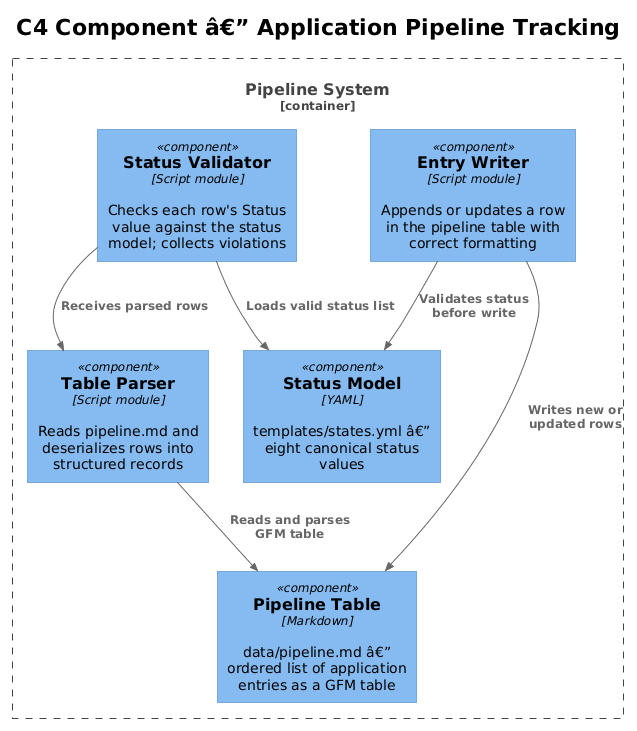
The PlantUML diagram docs/detailed-designs/03-application-pipeline-tracking/diagrams/c4_component.png in QuinntyneBrown/Orbit, before a commit. Source of this version:
```plantuml
@startuml
!theme plain
!include <C4/C4_Component>

title C4 Component â€” Application Pipeline Tracking

Container_Boundary(pipelineSys, "Pipeline System") {
    Component(pipelineTable, "Pipeline Table", "Markdown", "data/pipeline.md â€” ordered list of application entries as a GFM table")
    Component(statusModel, "Status Model", "YAML", "templates/states.yml â€” eight canonical status values")
    Component(tableParser, "Table Parser", "Script module", "Reads pipeline.md and deserializes rows into structured records")
    Component(statusValidator, "Status Validator", "Script module", "Checks each row's Status value against the status model; collects violations")
    Component(entryWriter, "Entry Writer", "Script module", "Appends or updates a row in the pipeline table with correct formatting")
}

Rel(tableParser, pipelineTable, "Reads and parses GFM table")
Rel(statusValidator, tableParser, "Receives parsed rows")
Rel(statusValidator, statusModel, "Loads valid status list")
Rel(entryWriter, pipelineTable, "Writes new or updated rows")
Rel(entryWriter, statusModel, "Validates status before write")
@enduml
```
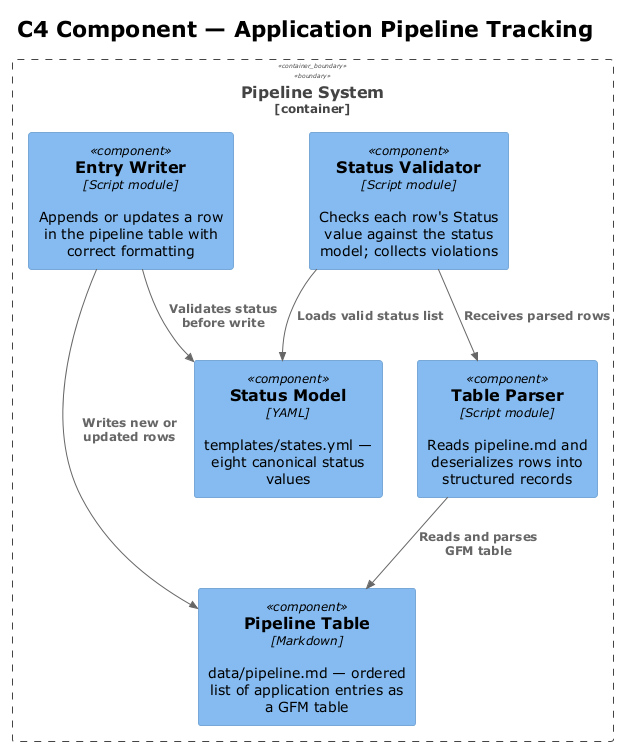
After the commit.

The edit, as a diff of the source:
```diff
@@ -1,12 +1,12 @@
-@startuml
+@startuml c4_component
 !theme plain
 !include <C4/C4_Component>
 
-title C4 Component â€” Application Pipeline Tracking
+title C4 Component — Application Pipeline Tracking
 
 Container_Boundary(pipelineSys, "Pipeline System") {
-    Component(pipelineTable, "Pipeline Table", "Markdown", "data/pipeline.md â€” ordered list of application entries as a GFM table")
-    Component(statusModel, "Status Model", "YAML", "templates/states.yml â€” eight canonical status values")
+    Component(pipelineTable, "Pipeline Table", "Markdown", "data/pipeline.md — ordered list of application entries as a GFM table")
+    Component(statusModel, "Status Model", "YAML", "templates/states.yml — eight canonical status values")
     Component(tableParser, "Table Parser", "Script module", "Reads pipeline.md and deserializes rows into structured records")
     Component(statusValidator, "Status Validator", "Script module", "Checks each row's Status value against the status model; collects violations")
     Component(entryWriter, "Entry Writer", "Script module", "Appends or updates a row in the pipeline table with correct formatting")
@@ -17,4 +17,5 @@
 Rel(statusValidator, statusModel, "Loads valid status list")
 Rel(entryWriter, pipelineTable, "Writes new or updated rows")
 Rel(entryWriter, statusModel, "Validates status before write")
+
 @enduml
```
